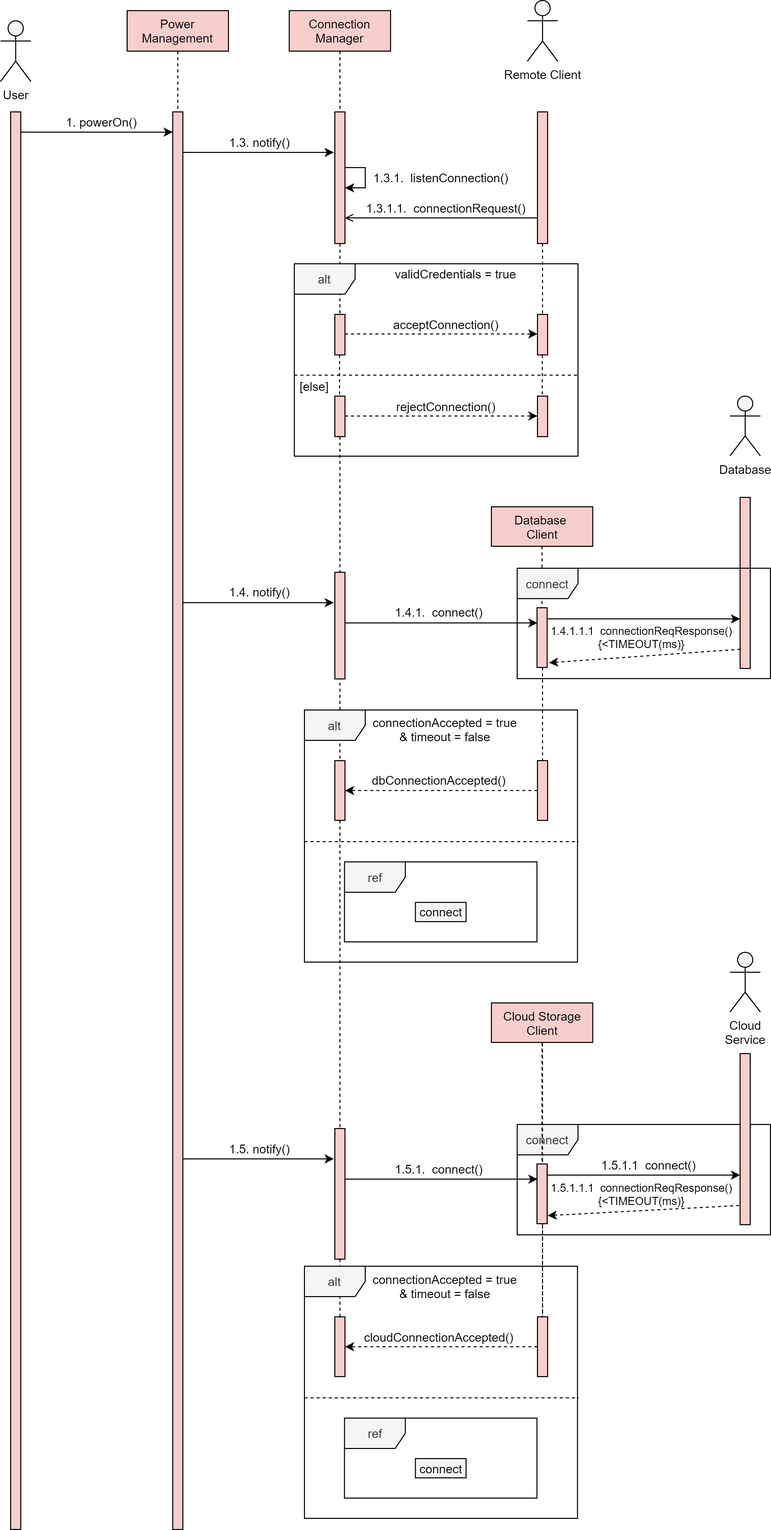
This is 2. Analysis/5. System Analysis/Sequence/sequence_diagram_cu-2.png from esrg-silent-howl/argos, a draw.io export, as it was before one commit. Source tidied: cells renumbered, new cells last; positions are measured from the earlier drawing's top-left corner, leaving out a move shared by most shapes.
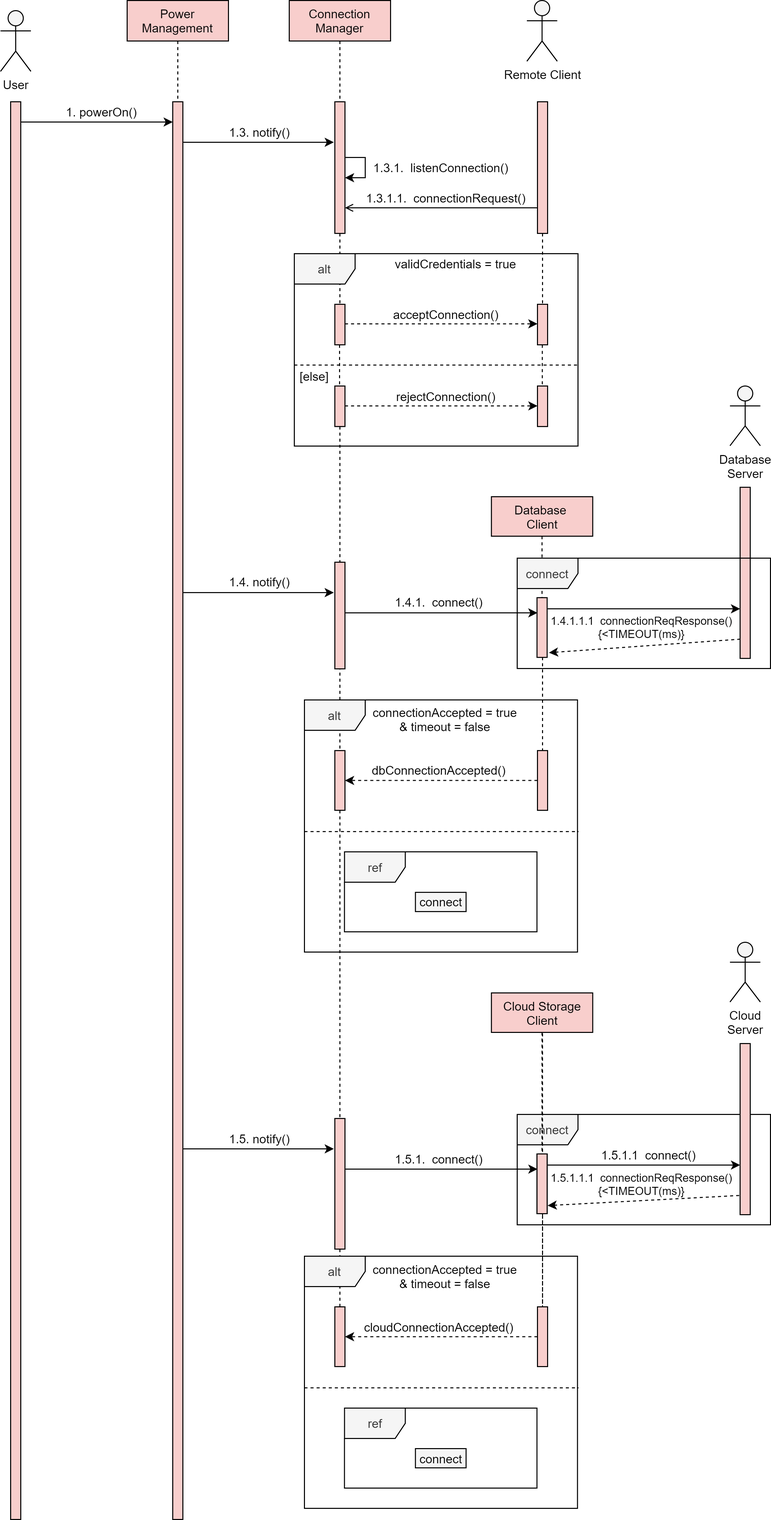
Above is the later version.

Commit message:
FIX: Conceptual corrections to the Sequence Diagram CU

What changed in the source:
```diff
@@ -70,7 +70,7 @@
       <mxGeometry x="186.1" y="130" width="140" height="20" as="geometry" />
     </mxCell>
     <mxCell id="20" value="Remote Client" style="shape=umlActor;verticalLabelPosition=bottom;verticalAlign=top;html=1;fillColor=#F5F5F5;" parent="1" vertex="1">
-      <mxGeometry x="520" width="30" height="60" as="geometry" />
+      <mxGeometry x="519.5" y="10" width="30" height="60" as="geometry" />
     </mxCell>
     <mxCell id="21" style="rounded=0;orthogonalLoop=1;jettySize=auto;html=1;endArrow=open;endFill=0;startArrow=none;startFill=0;" parent="1" edge="1">
       <mxGeometry relative="1" as="geometry">
@@ -132,7 +132,7 @@
         <mxPoint x="530" y="410.3" as="targetPoint" />
       </mxGeometry>
     </mxCell>
-    <mxCell id="37" value="Database" style="shape=umlActor;verticalLabelPosition=bottom;verticalAlign=top;html=1;fillColor=#F5F5F5;" parent="1" vertex="1">
+    <mxCell id="37" value="Database&lt;br&gt;Server" style="shape=umlActor;verticalLabelPosition=bottom;verticalAlign=top;html=1;fillColor=#F5F5F5;" parent="1" vertex="1">
       <mxGeometry x="720" y="390.7" width="30" height="59" as="geometry" />
     </mxCell>
     <mxCell id="38" style="edgeStyle=orthogonalEdgeStyle;rounded=0;jettySize=auto;html=1;dashed=1;endArrow=none;endFill=0;" parent="1" edge="1" source="92" target="42">
@@ -213,7 +213,7 @@
         <mxPoint x="535" y="1000" as="sourcePoint" />
       </mxGeometry>
     </mxCell>
-    <mxCell id="58" value="Cloud&lt;br&gt;Service" style="shape=umlActor;verticalLabelPosition=bottom;verticalAlign=top;html=1;fillColor=#F5F5F5;" parent="1" vertex="1">
+    <mxCell id="58" value="Cloud&lt;br&gt;Server" style="shape=umlActor;verticalLabelPosition=bottom;verticalAlign=top;html=1;fillColor=#F5F5F5;" parent="1" vertex="1">
       <mxGeometry x="720" y="940" width="30" height="59" as="geometry" />
     </mxCell>
     <mxCell id="59" style="edgeStyle=orthogonalEdgeStyle;rounded=0;jettySize=auto;html=1;dashed=1;endArrow=none;endFill=0;" parent="1" edge="1" source="97" target="64">
```
